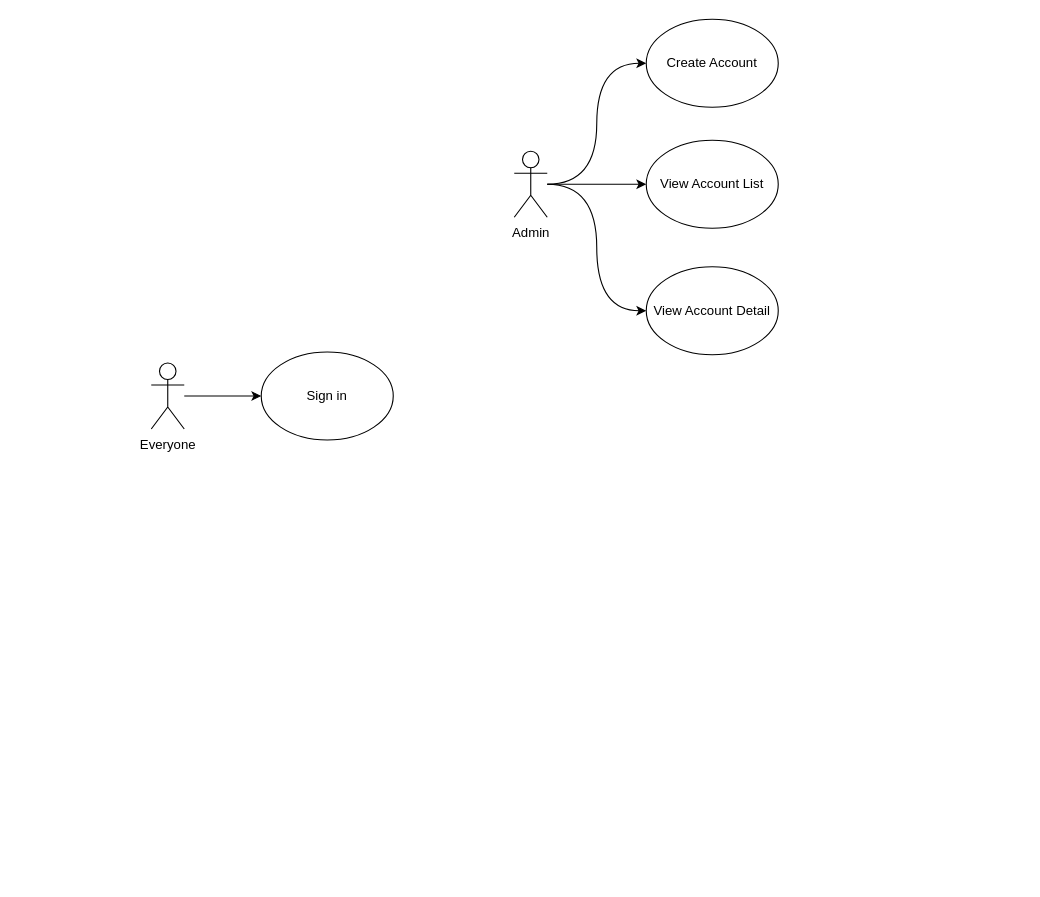
This is documents/usecase.drawio from cocacolastick-cable-management/cable_management_fe, a draw.io file, before an edit. Source tidied: cells renumbered, new cells numbered last; positions are measured from the earlier drawing's top-left corner, leaving out a move shared by most shapes. Both pictures are drawn from the tidied source at 110%, with x=0, y=0 at pixel (151, 19).
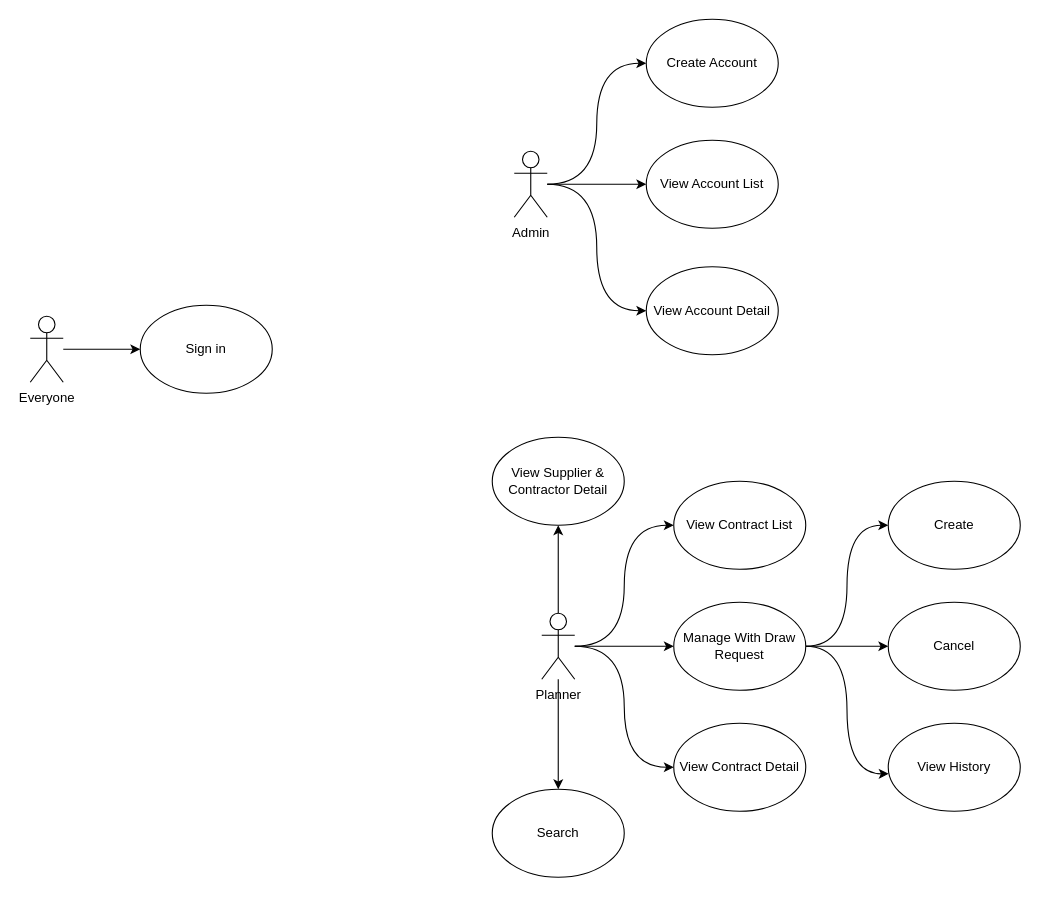
Above is the later version.

The edit, as a diff of the source:
```diff
@@
     <mxCell id="6" value="Sign in" style="ellipse;whiteSpace=wrap;html=1;rounded=1;" parent="1" vertex="1">
-      <mxGeometry x="100" y="302.5" width="120" height="80" as="geometry" />
+      <mxGeometry x="-10" y="260" width="120" height="80" as="geometry" />
     </mxCell>
@@
     <mxCell id="10" value="Everyone" style="shape=umlActor;verticalLabelPosition=bottom;verticalAlign=top;html=1;outlineConnect=0;rounded=1;" parent="1" vertex="1">
-      <mxGeometry y="312.5" width="30" height="60" as="geometry" />
+      <mxGeometry x="-110" y="270" width="30" height="60" as="geometry" />
     </mxCell>
@@
+    <mxCell id="12" style="edgeStyle=orthogonalEdgeStyle;rounded=1;jettySize=auto;html=1;curved=1;" parent="1" edge="1" source="17" target="22">
+      <mxGeometry relative="1" as="geometry" />
+    </mxCell>
+    <mxCell id="13" style="edgeStyle=orthogonalEdgeStyle;rounded=1;jettySize=auto;html=1;entryX=0;entryY=0.5;entryDx=0;entryDy=0;curved=1;" parent="1" edge="1" source="17" target="23">
+      <mxGeometry relative="1" as="geometry" />
+    </mxCell>
+    <mxCell id="14" style="edgeStyle=orthogonalEdgeStyle;rounded=1;jettySize=auto;html=1;entryX=0;entryY=0.5;entryDx=0;entryDy=0;curved=1;" parent="1" edge="1" source="17" target="18">
+      <mxGeometry relative="1" as="geometry" />
+    </mxCell>
+    <mxCell id="15" style="edgeStyle=orthogonalEdgeStyle;rounded=1;jettySize=auto;html=1;curved=1;" parent="1" edge="1" source="17" target="24">
+      <mxGeometry relative="1" as="geometry" />
+    </mxCell>
+    <mxCell id="16" style="edgeStyle=orthogonalEdgeStyle;rounded=1;jettySize=auto;html=1;entryX=0.5;entryY=1;entryDx=0;entryDy=0;curved=1;" parent="1" edge="1" source="17" target="25">
+      <mxGeometry relative="1" as="geometry" />
+    </mxCell>
+    <mxCell id="17" value="Planner" style="shape=umlActor;verticalLabelPosition=bottom;verticalAlign=top;html=1;outlineConnect=0;rounded=1;" parent="1" vertex="1">
+      <mxGeometry x="355" y="540" width="30" height="60" as="geometry" />
+    </mxCell>
+    <mxCell id="18" value="View Contract List" style="ellipse;whiteSpace=wrap;html=1;rounded=1;" parent="1" vertex="1">
+      <mxGeometry x="475" y="420" width="120" height="80" as="geometry" />
+    </mxCell>
+    <mxCell id="19" style="edgeStyle=orthogonalEdgeStyle;curved=1;rounded=1;jettySize=auto;html=1;entryX=0;entryY=0.5;entryDx=0;entryDy=0;" parent="1" edge="1" source="22" target="26">
+      <mxGeometry relative="1" as="geometry" />
+    </mxCell>
+    <mxCell id="20" style="edgeStyle=orthogonalEdgeStyle;curved=1;rounded=1;jettySize=auto;html=1;" parent="1" edge="1" source="22" target="27">
+      <mxGeometry relative="1" as="geometry" />
+    </mxCell>
+    <mxCell id="21" style="edgeStyle=orthogonalEdgeStyle;curved=1;rounded=1;jettySize=auto;html=1;entryX=0.003;entryY=0.575;entryDx=0;entryDy=0;entryPerimeter=0;" parent="1" edge="1" source="22" target="28">
+      <mxGeometry relative="1" as="geometry" />
+    </mxCell>
+    <mxCell id="22" value="Manage With Draw Request" style="ellipse;whiteSpace=wrap;html=1;rounded=1;" parent="1" vertex="1">
+      <mxGeometry x="475" y="530" width="120" height="80" as="geometry" />
+    </mxCell>
+    <mxCell id="23" value="View Contract Detail" style="ellipse;whiteSpace=wrap;html=1;rounded=1;" parent="1" vertex="1">
+      <mxGeometry x="475" y="640" width="120" height="80" as="geometry" />
+    </mxCell>
+    <mxCell id="24" value="Search" style="ellipse;whiteSpace=wrap;html=1;rounded=1;" parent="1" vertex="1">
+      <mxGeometry x="310" y="700" width="120" height="80" as="geometry" />
+    </mxCell>
+    <mxCell id="25" value="View Supplier &amp;amp; Contractor Detail" style="ellipse;whiteSpace=wrap;html=1;rounded=1;" parent="1" vertex="1">
+      <mxGeometry x="310" y="380" width="120" height="80" as="geometry" />
+    </mxCell>
+    <mxCell id="26" value="Create" style="ellipse;whiteSpace=wrap;html=1;rounded=1;" parent="1" vertex="1">
+      <mxGeometry x="670" y="420" width="120" height="80" as="geometry" />
+    </mxCell>
+    <mxCell id="27" value="Cancel" style="ellipse;whiteSpace=wrap;html=1;rounded=1;" parent="1" vertex="1">
+      <mxGeometry x="670" y="530" width="120" height="80" as="geometry" />
+    </mxCell>
+    <mxCell id="28" value="View History" style="ellipse;whiteSpace=wrap;html=1;rounded=1;" parent="1" vertex="1">
+      <mxGeometry x="670" y="640" width="120" height="80" as="geometry" />
+    </mxCell>
```
